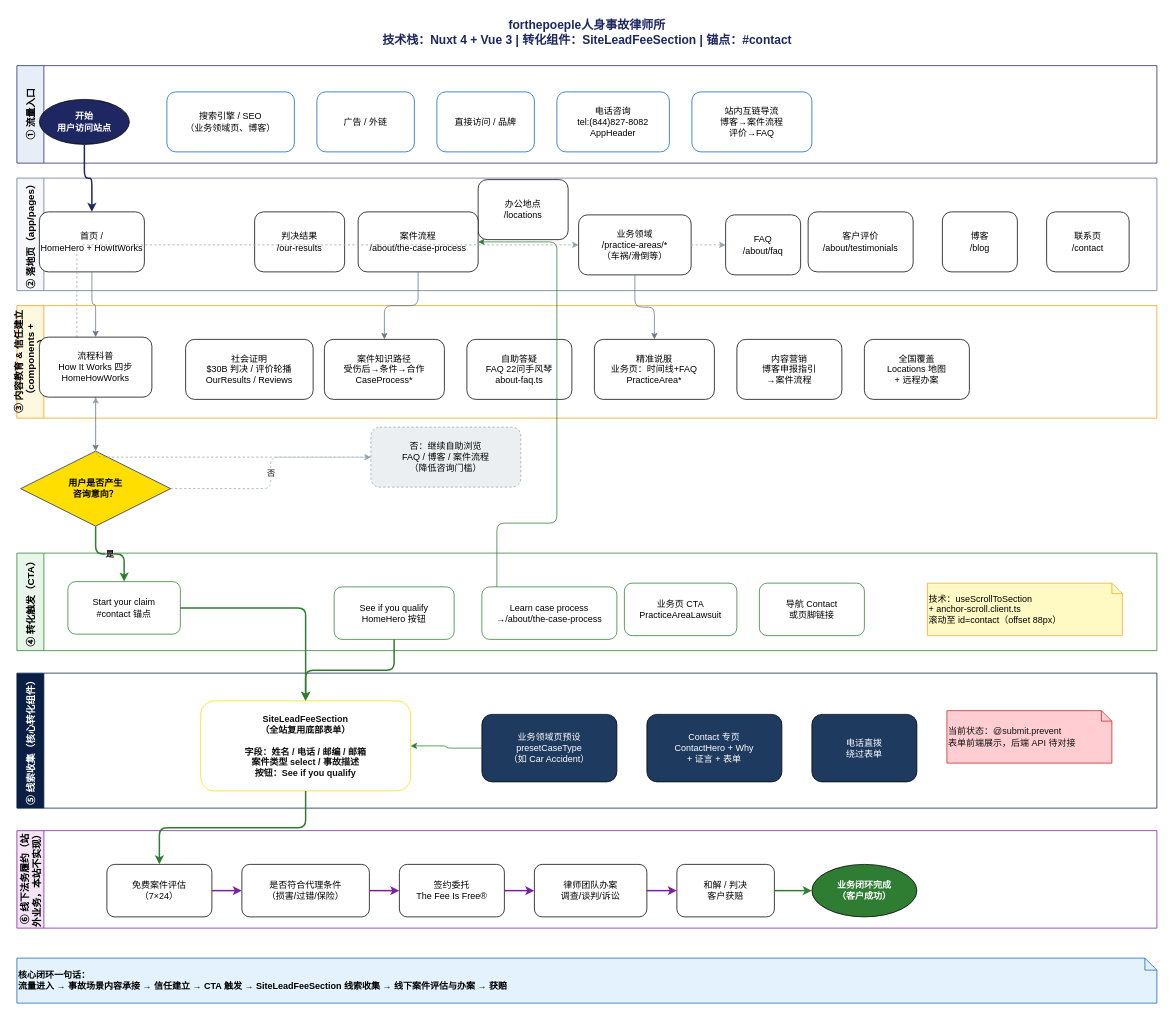
Above: page "第 2 页" (2 of 5) of src/未命名绘图.drawio in wuan0232/test (draw.io), before the change. Source tidied: cells renumbered, new cells numbered last; positions are measured from the earlier drawing's top-left corner, leaving out a move shared by most shapes. Both pictures are drawn from the tidied source at 75%, with x=0, y=0 at pixel (16, 13).
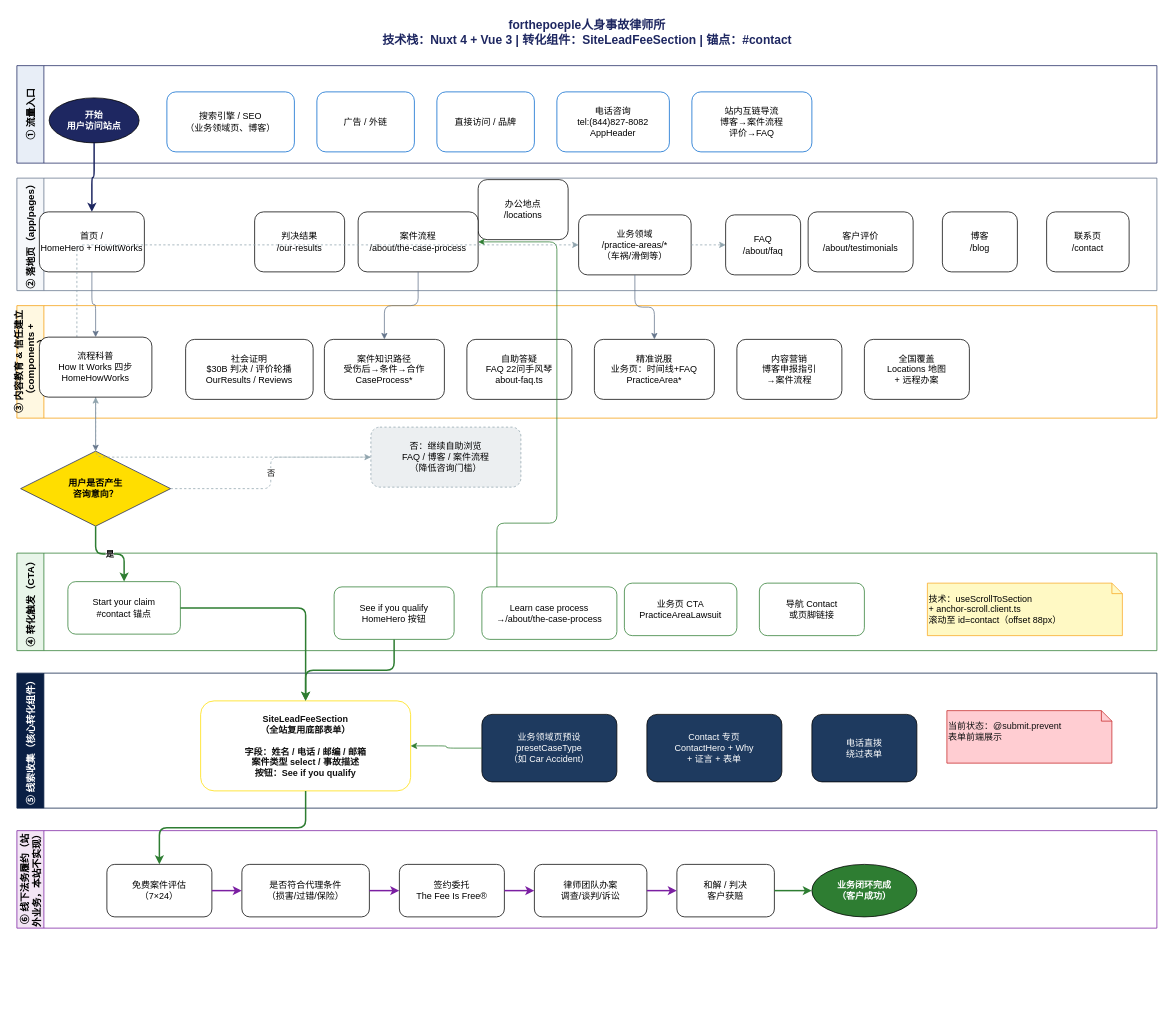
Above is the later version.

Commit message:
更新未命名绘图.drawio

The change refers to these unchanged cells:
```xml
<mxCell id="3" value="① 流量入口" style="swimlane;horizontal=0;whiteSpace=wrap;html=1;fillColor=#E8EEF7;strokeColor=#1E2761;fontStyle=1;fontSize=13;startSize=36;" parent="1" vertex="1">
  <mxGeometry y="70" width="1520" height="130" as="geometry" />
</mxCell>
<mxCell id="36" value="⑤ 线索收集（核心转化组件）" style="swimlane;horizontal=0;whiteSpace=wrap;html=1;fillColor=#0A1F44;fontColor=#FFFFFF;strokeColor=#0A1F44;fontStyle=1;fontSize=13;startSize=36;" parent="1" vertex="1">
  <mxGeometry y="880" width="1520" height="180" as="geometry" />
</mxCell>
```

Change to the diagram source:
```diff
@@
     <mxCell id="4" value="开始&#10;用户访问站点" style="ellipse;whiteSpace=wrap;html=1;fillColor=#1E2761;fontColor=#FFFFFF;fontStyle=1;" parent="3" vertex="1">
-      <mxGeometry x="30" y="45" width="120" height="60" as="geometry" />
+      <mxGeometry x="43" y="43" width="120" height="60" as="geometry" />
     </mxCell>
@@
-    <mxCell id="41" value="当前状态：@submit.prevent&#10;表单前端展示，后端 API 待对接" style="shape=note;whiteSpace=wrap;html=1;fillColor=#FFCDD2;strokeColor=#C62828;size=14;align=left;fontColor=#111111;" parent="36" vertex="1">
+    <mxCell id="41" value="当前状态：@submit.prevent&lt;br&gt;表单前端展示&lt;div&gt;&lt;br&gt;&lt;/div&gt;" style="shape=note;whiteSpace=wrap;html=1;fillColor=#FFCDD2;strokeColor=#C62828;size=14;align=left;fontColor=#111111;" parent="36" vertex="1">
       <mxGeometry x="1240" y="50" width="220" height="70" as="geometry" />
     </mxCell>
@@
-    <mxCell id="67" value="核心闭环一句话：&#10;流量进入 → 事故场景内容承接 → 信任建立 → CTA 触发 → SiteLeadFeeSection 线索收集 → 线下案件评估与办案 → 获赔" style="shape=note;whiteSpace=wrap;html=1;fillColor=#E3F2FD;strokeColor=#1565C0;size=16;align=left;fontStyle=1;" parent="1" vertex="1">
-      <mxGeometry y="1260" width="1520" height="60" as="geometry" />
-    </mxCell>
```
